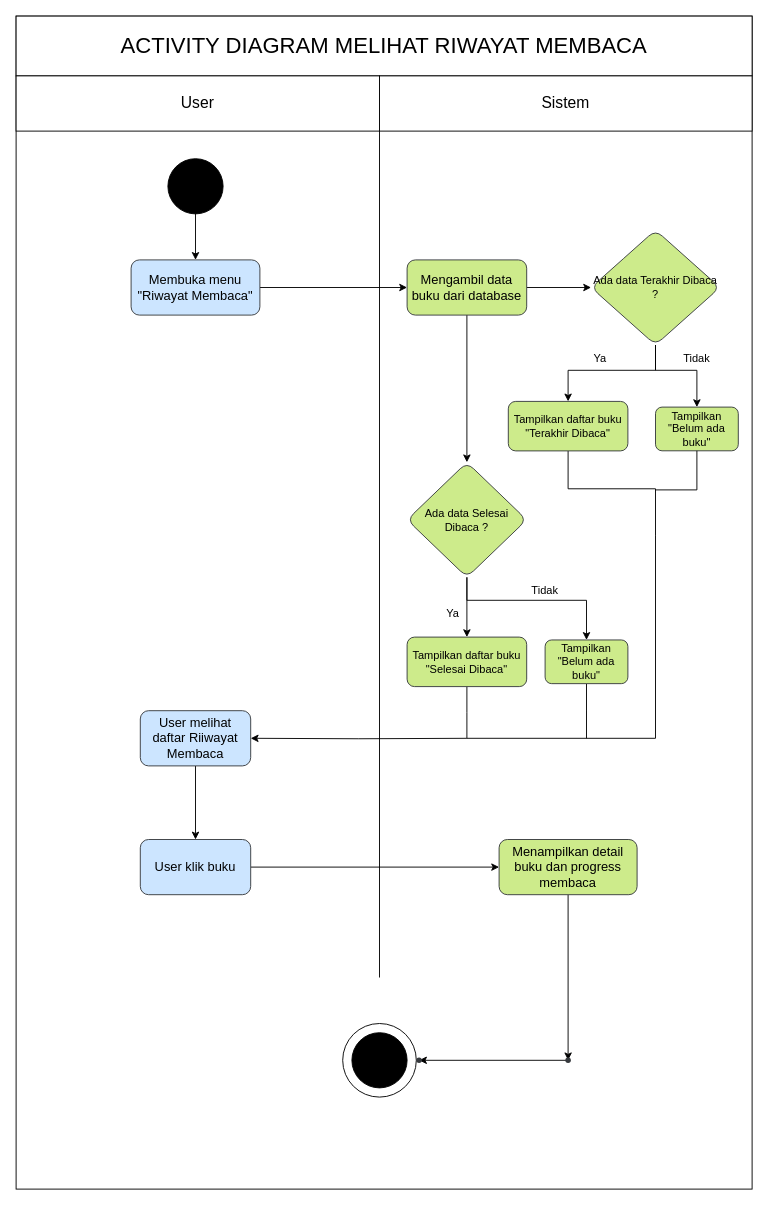
This is UML/ACTIVITY DIAGRAM/MELIHAT_RIWAYAT_MEMBACA_Diagram.drawio from dandyramadhan/kel4_RPL_R7P, a draw.io file, before an edit. Source tidied: cells renumbered, new cells numbered last; positions are measured from the earlier drawing's top-left corner, leaving out a move shared by most shapes. Both pictures are drawn from the tidied source at 92%, with x=0, y=0 at pixel (16, 16).
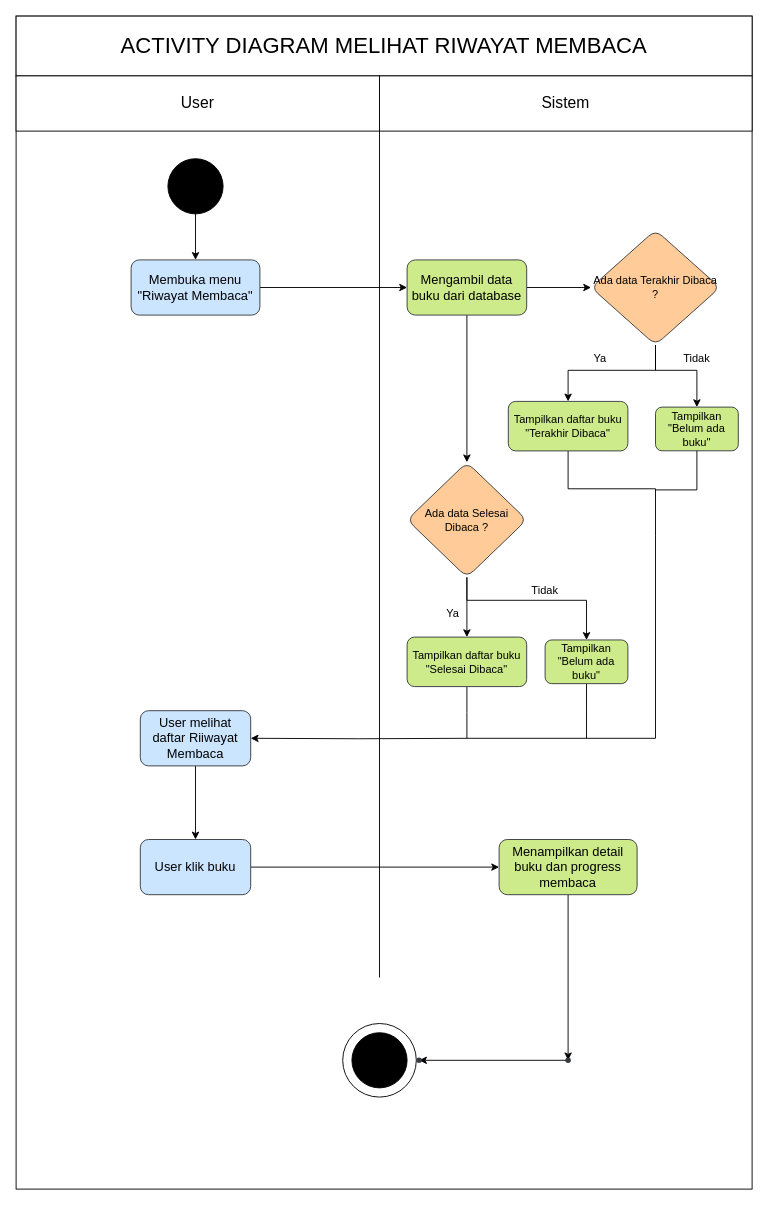
The same page after the edit.

Commit message (it also covers changes not shown here):
update Activity Diagram

What changed in the source:
```diff
@@
-    <mxCell id="14" value="Ada data Terakhir Dibaca ?" style="rhombus;whiteSpace=wrap;html=1;shapeInside=1;fillColor=#cdeb8b;strokeColor=#36393d;rounded=1;roundedPerimeter=1;" parent="1" vertex="1">
+    <mxCell id="14" value="Ada data Terakhir Dibaca ?" style="rhombus;whiteSpace=wrap;html=1;shapeInside=1;fillColor=#ffcc99;strokeColor=#36393d;rounded=1;roundedPerimeter=1;" parent="1" vertex="1">
       <mxGeometry x="625" y="232.5" width="140" height="125" as="geometry" />
     </mxCell>
@@
-    <mxCell id="22" value="Ada data Selesai Dibaca ?" style="rhombus;whiteSpace=wrap;html=1;shapeInside=1;fillColor=#cdeb8b;strokeColor=#36393d;rounded=1;roundedPerimeter=1;" parent="1" vertex="1">
+    <mxCell id="22" value="Ada data Selesai Dibaca ?" style="rhombus;whiteSpace=wrap;html=1;shapeInside=1;fillColor=#ffcc99;strokeColor=#36393d;rounded=1;roundedPerimeter=1;" parent="1" vertex="1">
       <mxGeometry x="425" y="485" width="130" height="125" as="geometry" />
     </mxCell>
```
